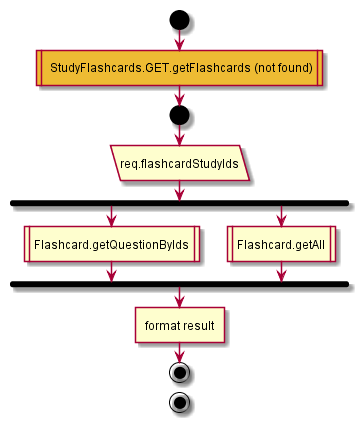
Before: test2/diagrams/StudyFlashcards.GET.searchAssignedFlashcards.png, a diagram exported from PlantUML (MaxXx1313/testwiki).
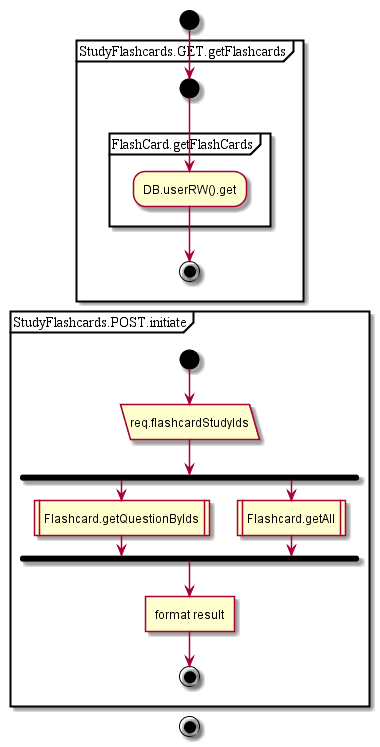
After the commit.

Change to the diagram source:
```diff
@@ -1,6 +1,13 @@
 @startuml
 start
-#eebb33: StudyFlashcards.GET.getFlashcards (not found)|
+partition StudyFlashcards.GET.getFlashcards {
+start
+partition FlashCard.getFlashCards {
+:DB.userRW().get;
+}
+end;
+}
+partition StudyFlashcards.POST.initiate {
 start
 :req.flashcardStudyIds/
 fork
@@ -10,5 +17,6 @@
 end fork;
 :format result]
 end;
+}
 end
 @enduml
```
